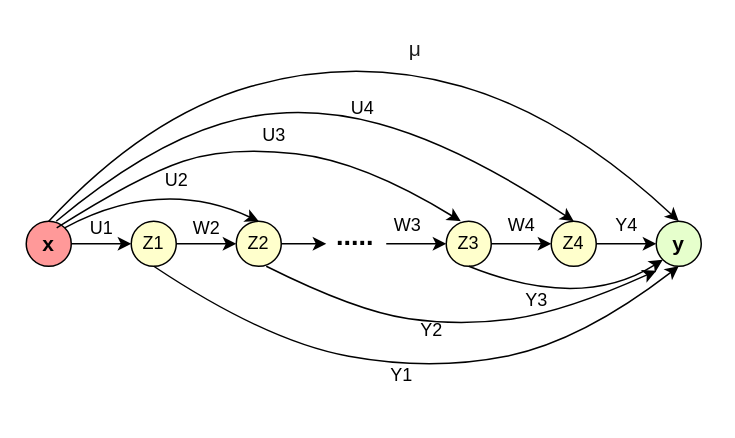
jingtao8a/draw.io keeps this draw.io diagram as images/FTN.drawio. Above is the earlier version. Source tidied: cells renumbered, new cells numbered last; positions are measured from the earlier drawing's top-left corner, leaving out a move shared by most shapes. Both pictures are drawn from the tidied source at 150%, with x=0, y=0 at pixel (26, 26).
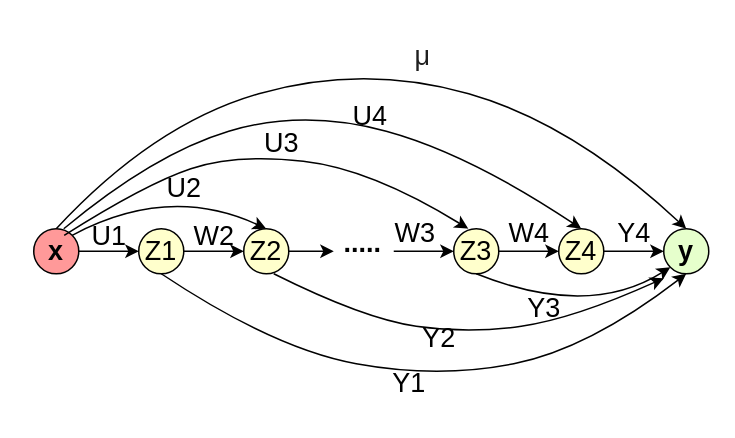
After the change.

What changed in the source:
```diff
@@
-    <mxCell id="2" value="&lt;b&gt;&lt;font style=&quot;font-size: 14px;&quot;&gt;x&lt;/font&gt;&lt;/b&gt;" style="ellipse;whiteSpace=wrap;html=1;fillColor=light-dark(#FF9999,var(--ge-dark-color, #121212));" parent="1" vertex="1">
-      <mxGeometry y="130" width="30" height="30" as="geometry" />
+    <mxCell id="2" value="&lt;b&gt;&lt;font style=&quot;font-size: 18px;&quot;&gt;x&lt;/font&gt;&lt;/b&gt;" style="ellipse;whiteSpace=wrap;html=1;fillColor=light-dark(#FF9999,var(--ge-dark-color, #121212));" parent="1" vertex="1">
+      <mxGeometry x="5" y="135" width="30" height="30" as="geometry" />
     </mxCell>
-    <mxCell id="3" value="Z1" style="ellipse;whiteSpace=wrap;html=1;fillColor=light-dark(#FFFFCC,var(--ge-dark-color, #121212));" parent="1" vertex="1">
-      <mxGeometry x="70" y="130" width="30" height="30" as="geometry" />
+    <mxCell id="3" value="&lt;font style=&quot;font-size: 18px;&quot;&gt;Z1&lt;/font&gt;" style="ellipse;whiteSpace=wrap;html=1;fillColor=light-dark(#FFFFCC,var(--ge-dark-color, #121212));" parent="1" vertex="1">
+      <mxGeometry x="75" y="135" width="30" height="30" as="geometry" />
     </mxCell>
-    <mxCell id="4" value="Z2" style="ellipse;whiteSpace=wrap;html=1;fillColor=light-dark(#FFFFCC,var(--ge-dark-color, #121212));" parent="1" vertex="1">
-      <mxGeometry x="140" y="130" width="30" height="30" as="geometry" />
+    <mxCell id="4" value="&lt;font style=&quot;font-size: 18px;&quot;&gt;Z2&lt;/font&gt;" style="ellipse;whiteSpace=wrap;html=1;fillColor=light-dark(#FFFFCC,var(--ge-dark-color, #121212));" parent="1" vertex="1">
+      <mxGeometry x="145" y="135" width="30" height="30" as="geometry" />
     </mxCell>
-    <mxCell id="5" value="Z3" style="ellipse;whiteSpace=wrap;html=1;fillColor=light-dark(#FFFFCC,var(--ge-dark-color, #121212));" parent="1" vertex="1">
-      <mxGeometry x="280" y="130" width="30" height="30" as="geometry" />
+    <mxCell id="5" value="&lt;font style=&quot;font-size: 18px;&quot;&gt;Z3&lt;/font&gt;" style="ellipse;whiteSpace=wrap;html=1;fillColor=light-dark(#FFFFCC,var(--ge-dark-color, #121212));" parent="1" vertex="1">
+      <mxGeometry x="285" y="135" width="30" height="30" as="geometry" />
     </mxCell>
-    <mxCell id="6" value="Z4" style="ellipse;whiteSpace=wrap;html=1;fillColor=light-dark(#FFFFCC,var(--ge-dark-color, #121212));" parent="1" vertex="1">
-      <mxGeometry x="350" y="130" width="30" height="30" as="geometry" />
+    <mxCell id="6" value="&lt;font style=&quot;font-size: 18px;&quot;&gt;Z4&lt;/font&gt;" style="ellipse;whiteSpace=wrap;html=1;fillColor=light-dark(#FFFFCC,var(--ge-dark-color, #121212));" parent="1" vertex="1">
+      <mxGeometry x="355" y="135" width="30" height="30" as="geometry" />
     </mxCell>
-    <mxCell id="7" value="&lt;b&gt;&lt;font style=&quot;font-size: 14px;&quot;&gt;y&lt;/font&gt;&lt;/b&gt;" style="ellipse;whiteSpace=wrap;html=1;fillColor=light-dark(#E6FFCC,var(--ge-dark-color, #121212));" parent="1" vertex="1">
-      <mxGeometry x="420" y="130" width="30" height="30" as="geometry" />
+    <mxCell id="7" value="&lt;b&gt;&lt;font style=&quot;font-size: 18px;&quot;&gt;y&lt;/font&gt;&lt;/b&gt;" style="ellipse;whiteSpace=wrap;html=1;fillColor=light-dark(#E6FFCC,var(--ge-dark-color, #121212));" parent="1" vertex="1">
+      <mxGeometry x="425" y="135" width="30" height="30" as="geometry" />
     </mxCell>
@@
     <mxCell id="10" style="endArrow=classic;html=1;rounded=0;exitX=1;exitY=0.5;exitDx=0;exitDy=0;" parent="1" edge="1" source="4">
       <mxGeometry relative="1" as="geometry">
-        <mxPoint x="200" y="145" as="targetPoint" />
+        <mxPoint x="205" y="150" as="targetPoint" />
       </mxGeometry>
     </mxCell>
     <mxCell id="11" value="&lt;b&gt;&lt;font style=&quot;font-size: 18px;&quot;&gt;.....&lt;/font&gt;&lt;/b&gt;" style="text;html=1;align=center;verticalAlign=middle;strokeColor=none;fillColor=none;" parent="1" vertex="1">
-      <mxGeometry x="193.5" y="120" width="50" height="40" as="geometry" />
+      <mxGeometry x="198.5" y="125" width="50" height="40" as="geometry" />
     </mxCell>
     <mxCell id="12" style="endArrow=classic;html=1;rounded=0;entryX=0;entryY=0.5;entryDx=0;entryDy=0;" parent="1" edge="1" target="5">
       <mxGeometry relative="1" as="geometry">
-        <mxPoint x="240" y="145" as="sourcePoint" />
+        <mxPoint x="245" y="150" as="sourcePoint" />
       </mxGeometry>
     </mxCell>
@@
-    <mxCell id="15" value="&lt;span style=&quot;color: rgb(31, 31, 31); font-family: Arial, sans-serif; text-align: left; text-wrap-mode: wrap; background-color: rgb(255, 255, 255);&quot;&gt;&lt;font style=&quot;font-size: 14px;&quot;&gt;μ&lt;/font&gt;&lt;/span&gt;" style="text;html=1;align=center;verticalAlign=middle;strokeColor=none;fillColor=none;" parent="1" vertex="1">
-      <mxGeometry x="243.5" width="30" height="30" as="geometry" />
+    <mxCell id="15" value="&lt;span style=&quot;color: rgb(31, 31, 31); font-family: Arial, sans-serif; text-align: left; text-wrap-mode: wrap; background-color: rgb(255, 255, 255);&quot;&gt;&lt;font style=&quot;font-size: 18px;&quot;&gt;μ&lt;/font&gt;&lt;/span&gt;" style="text;html=1;align=center;verticalAlign=middle;strokeColor=none;fillColor=none;" parent="1" vertex="1">
+      <mxGeometry x="248.5" width="30" height="40" as="geometry" />
     </mxCell>
     <mxCell id="16" style="curved=1;endArrow=classic;html=1;rounded=0;exitX=0.5;exitY=0;exitDx=0;exitDy=0;entryX=0.5;entryY=0;entryDx=0;entryDy=0;" parent="1" edge="1" source="2" target="7">
       <mxGeometry relative="1" as="geometry">
         <Array as="points">
-          <mxPoint x="80" y="60" />
-          <mxPoint x="220" y="20" />
-          <mxPoint x="360" y="60" />
+          <mxPoint x="85" y="65" />
+          <mxPoint x="225" y="25" />
+          <mxPoint x="365" y="65" />
         </Array>
       </mxGeometry>
     </mxCell>
     <mxCell id="17" style="curved=1;endArrow=classic;html=1;rounded=0;exitX=1;exitY=0;exitDx=0;exitDy=0;entryX=0.5;entryY=0;entryDx=0;entryDy=0;" parent="1" edge="1" source="2" target="4">
       <mxGeometry relative="1" as="geometry">
         <Array as="points">
-          <mxPoint x="90" y="100" />
+          <mxPoint x="95" y="105" />
         </Array>
       </mxGeometry>
     </mxCell>
     <mxCell id="18" style="curved=1;endArrow=classic;html=1;rounded=0;entryX=0;entryY=1;entryDx=0;entryDy=0;exitX=0.5;exitY=1;exitDx=0;exitDy=0;" parent="1" edge="1" source="5" target="7">
       <mxGeometry relative="1" as="geometry">
         <Array as="points">
-          <mxPoint x="370" y="190" />
+          <mxPoint x="375" y="195" />
         </Array>
       </mxGeometry>
     </mxCell>
     <mxCell id="19" style="curved=1;endArrow=classic;html=1;rounded=0;entryX=0.5;entryY=0;entryDx=0;entryDy=0;" parent="1" edge="1" target="6">
       <mxGeometry relative="1" as="geometry">
-        <mxPoint x="20" y="130" as="sourcePoint" />
+        <mxPoint x="25" y="135" as="sourcePoint" />
         <Array as="points">
-          <mxPoint x="80" y="80" />
-          <mxPoint x="180" y="50" />
-          <mxPoint x="290" y="80" />
+          <mxPoint x="85" y="85" />
+          <mxPoint x="185" y="55" />
+          <mxPoint x="295" y="85" />
         </Array>
       </mxGeometry>
     </mxCell>
     <mxCell id="20" style="curved=1;endArrow=classic;html=1;rounded=0;entryX=0.5;entryY=0;entryDx=0;entryDy=0;exitX=1;exitY=0;exitDx=0;exitDy=0;" parent="1" edge="1">
       <mxGeometry relative="1" as="geometry">
-        <mxPoint x="20.3" y="134.4" as="sourcePoint" />
-        <mxPoint x="289.7" y="130" as="targetPoint" />
+        <mxPoint x="25.3" y="139.4" as="sourcePoint" />
+        <mxPoint x="294.7" y="135" as="targetPoint" />
         <Array as="points">
-          <mxPoint x="74.7" y="100" />
-          <mxPoint x="134.7" y="80" />
-          <mxPoint x="224.7" y="90" />
+          <mxPoint x="79.7" y="105" />
+          <mxPoint x="139.7" y="85" />
+          <mxPoint x="229.7" y="95" />
         </Array>
       </mxGeometry>
     </mxCell>
     <mxCell id="21" style="curved=1;endArrow=classic;html=1;rounded=0;entryX=0.283;entryY=1.1;entryDx=0;entryDy=0;entryPerimeter=0;" parent="1" edge="1">
       <mxGeometry relative="1" as="geometry">
-        <mxPoint x="160" y="160" as="sourcePoint" />
-        <mxPoint x="420" y="163" as="targetPoint" />
+        <mxPoint x="165" y="165" as="sourcePoint" />
+        <mxPoint x="425" y="168" as="targetPoint" />
         <Array as="points">
-          <mxPoint x="220" y="190" />
-          <mxPoint x="290" y="200" />
-          <mxPoint x="360" y="190" />
+          <mxPoint x="225" y="195" />
+          <mxPoint x="295" y="205" />
+          <mxPoint x="365" y="195" />
         </Array>
       </mxGeometry>
     </mxCell>
     <mxCell id="22" style="curved=1;endArrow=classic;html=1;rounded=0;entryX=0.5;entryY=1;entryDx=0;entryDy=0;exitX=0.5;exitY=1;exitDx=0;exitDy=0;" parent="1" edge="1" source="3" target="7">
       <mxGeometry relative="1" as="geometry">
         <Array as="points">
-          <mxPoint x="160" y="210" />
-          <mxPoint x="270" y="230" />
-          <mxPoint x="370" y="210" />
+          <mxPoint x="165" y="215" />
+          <mxPoint x="275" y="235" />
+          <mxPoint x="375" y="215" />
         </Array>
       </mxGeometry>
     </mxCell>
-    <mxCell id="23" value="U4" style="text;html=1;align=center;verticalAlign=middle;strokeColor=none;fillColor=none;" parent="1" vertex="1">
-      <mxGeometry x="203.5" y="40" width="40" height="30" as="geometry" />
+    <mxCell id="23" value="&lt;font style=&quot;font-size: 18px;&quot;&gt;U4&lt;/font&gt;" style="text;html=1;align=center;verticalAlign=middle;strokeColor=none;fillColor=none;" parent="1" vertex="1">
+      <mxGeometry x="203.5" y="40" width="50" height="40" as="geometry" />
     </mxCell>
-    <mxCell id="24" value="U3" style="text;html=1;align=center;verticalAlign=middle;strokeColor=none;fillColor=none;" parent="1" vertex="1">
-      <mxGeometry x="144.7" y="58" width="40" height="30" as="geometry" />
+    <mxCell id="24" value="&lt;font style=&quot;font-size: 18px;&quot;&gt;U3&lt;/font&gt;" style="text;html=1;align=center;verticalAlign=middle;strokeColor=none;fillColor=none;" parent="1" vertex="1">
+      <mxGeometry x="144.7" y="58" width="50" height="40" as="geometry" />
     </mxCell>
-    <mxCell id="25" value="U2" style="text;html=1;align=center;verticalAlign=middle;strokeColor=none;fillColor=none;" parent="1" vertex="1">
-      <mxGeometry x="80" y="88" width="40" height="30" as="geometry" />
+    <mxCell id="25" value="&lt;font style=&quot;font-size: 18px;&quot;&gt;U2&lt;/font&gt;" style="text;html=1;align=center;verticalAlign=middle;strokeColor=none;fillColor=none;" parent="1" vertex="1">
+      <mxGeometry x="80" y="88" width="50" height="40" as="geometry" />
     </mxCell>
-    <mxCell id="26" value="U1" style="text;html=1;align=center;verticalAlign=middle;strokeColor=none;fillColor=none;" parent="1" vertex="1">
-      <mxGeometry x="30" y="120" width="40" height="30" as="geometry" />
+    <mxCell id="26" value="&lt;font style=&quot;font-size: 18px;&quot;&gt;U1&lt;/font&gt;" style="text;html=1;align=center;verticalAlign=middle;strokeColor=none;fillColor=none;" parent="1" vertex="1">
+      <mxGeometry x="30" y="120" width="50" height="40" as="geometry" />
     </mxCell>
-    <mxCell id="27" value="W2" style="text;html=1;align=center;verticalAlign=middle;strokeColor=none;fillColor=none;" parent="1" vertex="1">
-      <mxGeometry x="100" y="120" width="40" height="30" as="geometry" />
+    <mxCell id="27" value="&lt;font style=&quot;font-size: 18px;&quot;&gt;W2&lt;/font&gt;" style="text;html=1;align=center;verticalAlign=middle;strokeColor=none;fillColor=none;" parent="1" vertex="1">
+      <mxGeometry x="100" y="120" width="50" height="40" as="geometry" />
     </mxCell>
-    <mxCell id="28" value="W3" style="text;html=1;align=center;verticalAlign=middle;strokeColor=none;fillColor=none;" parent="1" vertex="1">
-      <mxGeometry x="233.5" y="118" width="40" height="30" as="geometry" />
+    <mxCell id="28" value="&lt;font style=&quot;font-size: 18px;&quot;&gt;W3&lt;/font&gt;" style="text;html=1;align=center;verticalAlign=middle;strokeColor=none;fillColor=none;" parent="1" vertex="1">
+      <mxGeometry x="233.5" y="118" width="50" height="40" as="geometry" />
     </mxCell>
-    <mxCell id="29" value="W4" style="text;html=1;align=center;verticalAlign=middle;strokeColor=none;fillColor=none;" parent="1" vertex="1">
-      <mxGeometry x="310" y="118" width="40" height="30" as="geometry" />
+    <mxCell id="29" value="&lt;font style=&quot;font-size: 18px;&quot;&gt;W4&lt;/font&gt;" style="text;html=1;align=center;verticalAlign=middle;strokeColor=none;fillColor=none;" parent="1" vertex="1">
+      <mxGeometry x="310" y="118" width="50" height="40" as="geometry" />
     </mxCell>
-    <mxCell id="30" value="Y1" style="text;html=1;align=center;verticalAlign=middle;strokeColor=none;fillColor=none;" parent="1" vertex="1">
-      <mxGeometry x="230" y="218" width="40" height="30" as="geometry" />
+    <mxCell id="30" value="&lt;font style=&quot;font-size: 18px;&quot;&gt;Y1&lt;/font&gt;" style="text;html=1;align=center;verticalAlign=middle;strokeColor=none;fillColor=none;" parent="1" vertex="1">
+      <mxGeometry x="230" y="218" width="50" height="40" as="geometry" />
     </mxCell>
-    <mxCell id="31" value="Y4" style="text;html=1;align=center;verticalAlign=middle;strokeColor=none;fillColor=none;" parent="1" vertex="1">
-      <mxGeometry x="380" y="118" width="40" height="30" as="geometry" />
+    <mxCell id="31" value="&lt;font style=&quot;font-size: 18px;&quot;&gt;Y4&lt;/font&gt;" style="text;html=1;align=center;verticalAlign=middle;strokeColor=none;fillColor=none;" parent="1" vertex="1">
+      <mxGeometry x="380" y="118" width="50" height="40" as="geometry" />
     </mxCell>
-    <mxCell id="32" value="Y2" style="text;html=1;align=center;verticalAlign=middle;strokeColor=none;fillColor=none;" parent="1" vertex="1">
-      <mxGeometry x="250" y="188" width="40" height="30" as="geometry" />
+    <mxCell id="32" value="&lt;font style=&quot;font-size: 18px;&quot;&gt;Y2&lt;/font&gt;" style="text;html=1;align=center;verticalAlign=middle;strokeColor=none;fillColor=none;" parent="1" vertex="1">
+      <mxGeometry x="250" y="188" width="50" height="40" as="geometry" />
     </mxCell>
-    <mxCell id="33" value="Y3" style="text;html=1;align=center;verticalAlign=middle;strokeColor=none;fillColor=none;" parent="1" vertex="1">
-      <mxGeometry x="320" y="168" width="40" height="30" as="geometry" />
+    <mxCell id="33" value="&lt;font style=&quot;font-size: 18px;&quot;&gt;Y3&lt;/font&gt;" style="text;html=1;align=center;verticalAlign=middle;strokeColor=none;fillColor=none;" parent="1" vertex="1">
+      <mxGeometry x="320" y="168" width="50" height="40" as="geometry" />
     </mxCell>
```
